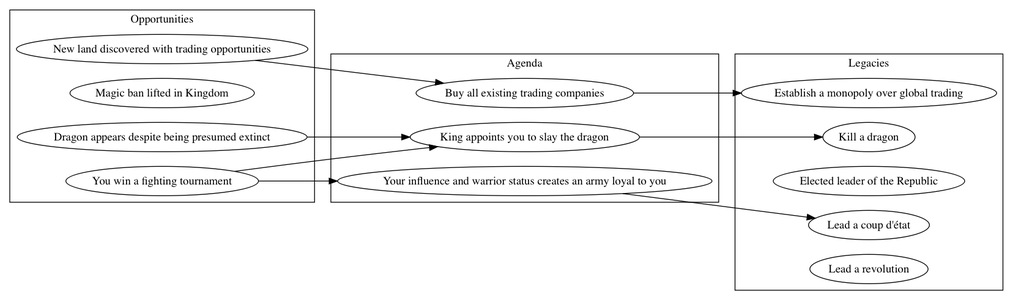
Before: endgame.png, a diagram exported from Graphviz (avengerpenguin/legacy). Its source is kept beside it as endgame.dot. The source it was exported from:
```dot
digraph g {
    rankdir=LR;

    subgraph cluster_opportunities {
        label="Opportunities";
        trading [label="New land discovered with trading opportunities"];
        magic_legal [label="Magic ban lifted in Kingdom"];
        dragon_appears [label="Dragon appears despite being presumed extinct"];
        champion_warrior [label="You win a fighting tournament"];
    }

    subgraph cluster_agenda {
        label="Agenda";
        buyout [label="Buy all existing trading companies"];
        dragon_quest [label="King appoints you to slay the dragon"];
        underground_rebellion [label="Your influence and warrior status creates an army loyal to you"];
    }

    subgraph cluster_legacies {
        label="Legacies";
        monopoly [label="Establish a monopoly over global trading"];
        slay_dragon [label="Kill a dragon"];
        elected [label="Elected leader of the Republic"];
        coup [label="Lead a coup d'état"];
        revolution [label="Lead a revolution"];
    }

    dragon_appears -> dragon_quest;
    dragon_quest -> slay_dragon;
    champion_warrior -> underground_rebellion;
    champion_warrior -> dragon_quest;
    trading -> buyout;
    buyout -> monopoly;
    underground_rebellion -> coup;

}
```
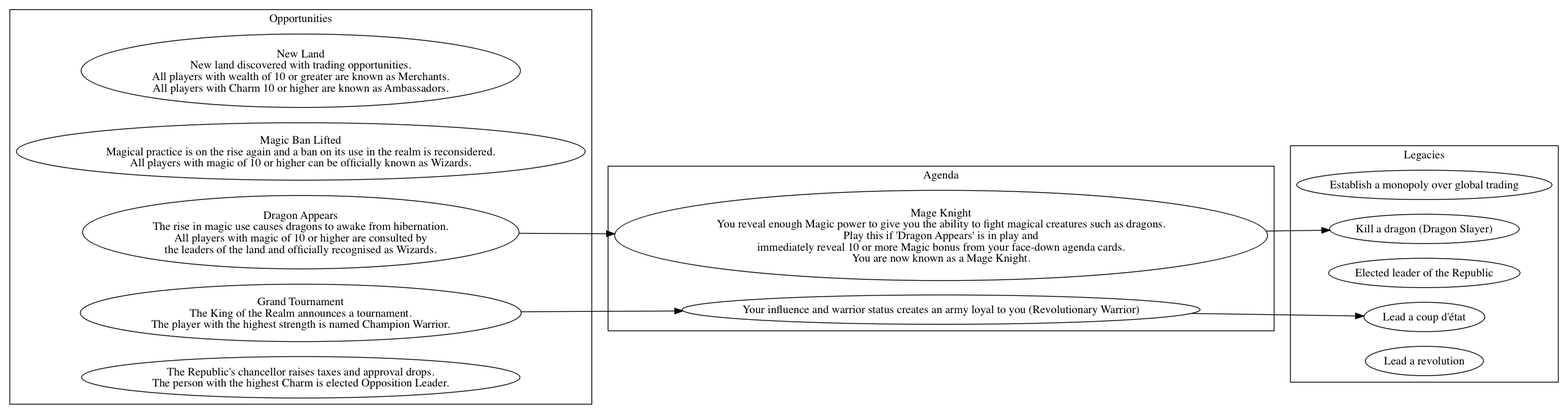
Later version of the same file.

Commit message:
Written more out to give an idea of possible card rules

What changed in the source:
```diff
@@ -3,23 +3,23 @@
 
     subgraph cluster_opportunities {
         label="Opportunities";
-        trading [label="New land discovered with trading opportunities"];
-        magic_legal [label="Magic ban lifted in Kingdom"];
-        dragon_appears [label="Dragon appears despite being presumed extinct"];
-        champion_warrior [label="You win a fighting tournament"];
+        trading [label="New Land\nNew land discovered with trading opportunities.\nAll players with wealth of 10 or greater are known as Merchants.\nAll players with Charm 10 or higher are known as Ambassadors."];
+        magic_legal [label="Magic Ban Lifted\nMagical practice is on the rise again and a ban on its use in the realm is reconsidered.\nAll players with magic of 10 or higher can be officially known as Wizards."];
+        dragon_appears [label="Dragon Appears\nThe rise in magic use causes dragons to awake from hibernation.\nAll players with magic of 10 or higher are consulted by\nthe leaders of the land and officially recognised as Wizards."];
+        champion_warrior [label="Grand Tournament\nThe King of the Realm announces a tournament.\nThe player with the highest strength is named Champion Warrior."];
+        unpopular_leader [label="The Republic's chancellor raises taxes and approval drops.\nThe person with the highest Charm is elected Opposition Leader."];
     }
 
     subgraph cluster_agenda {
         label="Agenda";
-        buyout [label="Buy all existing trading companies"];
-        dragon_quest [label="King appoints you to slay the dragon"];
-        underground_rebellion [label="Your influence and warrior status creates an army loyal to you"];
+        dragon_quest [label="Mage Knight\nYou reveal enough Magic power to give you the ability to fight magical creatures such as dragons.\nPlay this if 'Dragon Appears' is in play and\nimmediately reveal 10 or more Magic bonus from your face-down agenda cards.\nYou are now known as a Mage Knight."];
+        underground_rebellion [label="Your influence and warrior status creates an army loyal to you (Revolutionary Warrior)"];
     }
 
     subgraph cluster_legacies {
         label="Legacies";
         monopoly [label="Establish a monopoly over global trading"];
-        slay_dragon [label="Kill a dragon"];
+        slay_dragon [label="Kill a dragon (Dragon Slayer)"];
         elected [label="Elected leader of the Republic"];
         coup [label="Lead a coup d'état"];
         revolution [label="Lead a revolution"];
@@ -28,9 +28,6 @@
     dragon_appears -> dragon_quest;
     dragon_quest -> slay_dragon;
     champion_warrior -> underground_rebellion;
-    champion_warrior -> dragon_quest;
-    trading -> buyout;
-    buyout -> monopoly;
     underground_rebellion -> coup;
 
 }
```
